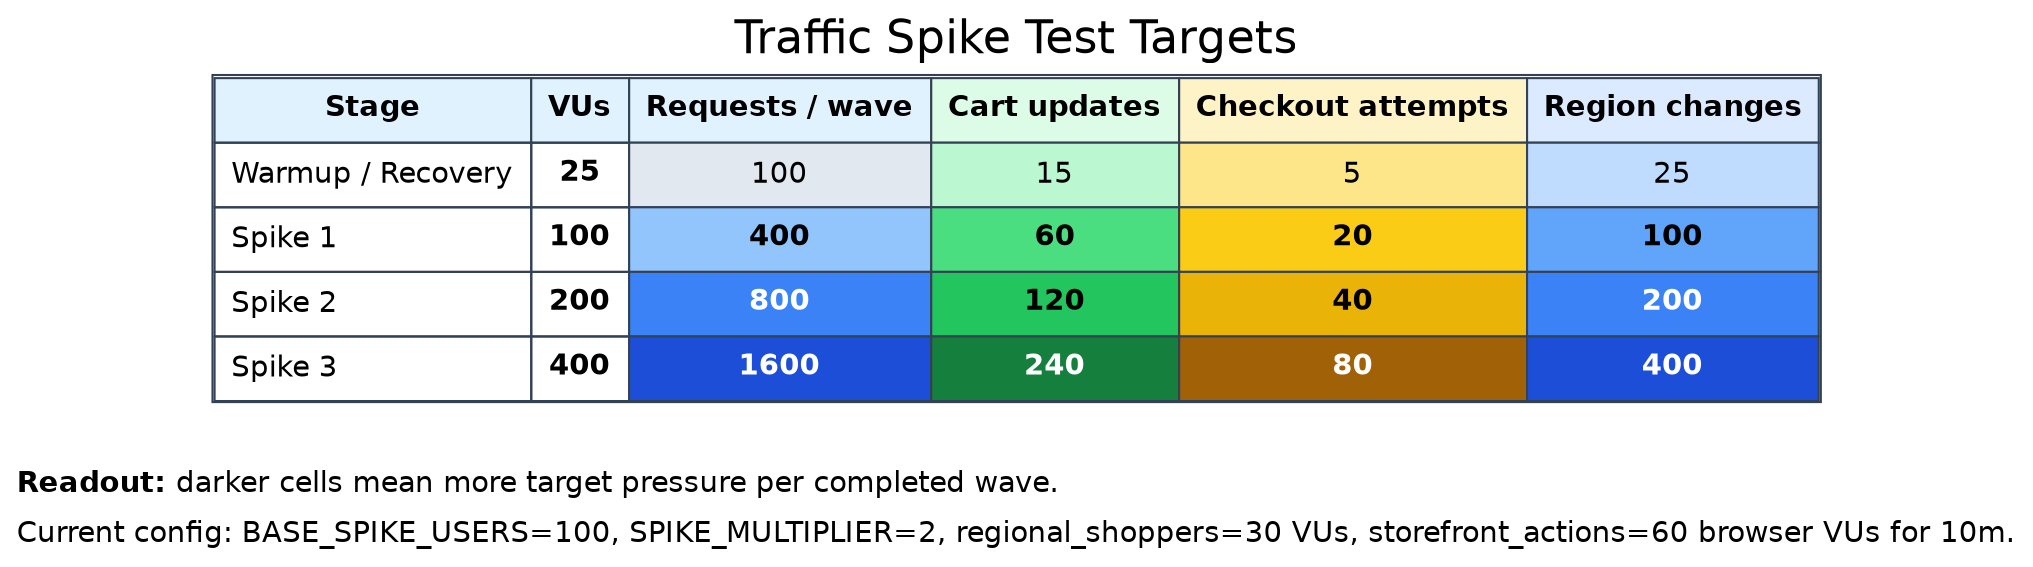
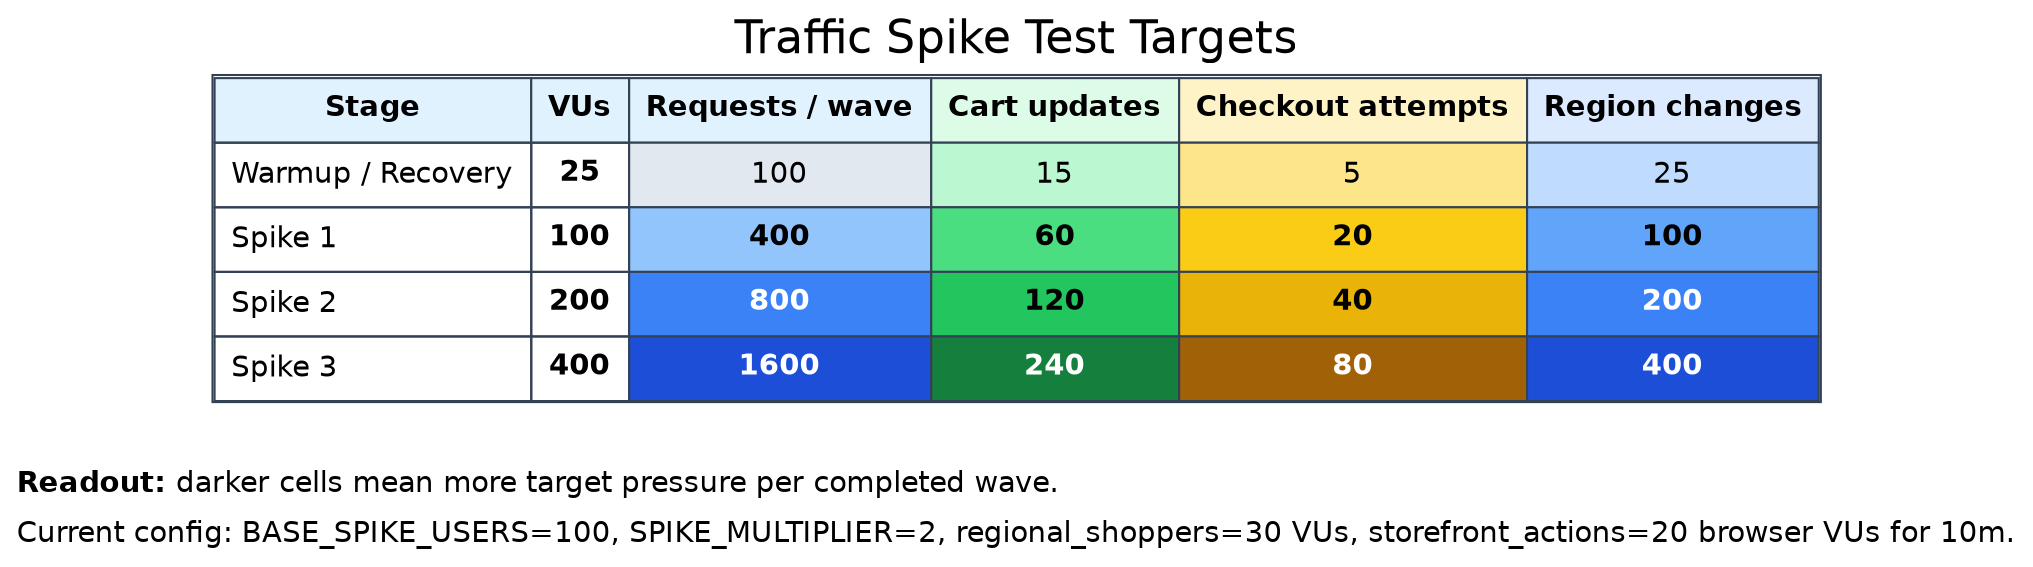
digraph traffic_spike_target_heatmap {
  graph [rankdir=TB, labelloc=t, label="Traffic Spike Test Targets", fontsize=22, fontname="Helvetica", nodesep=0.35, ranksep=0.4];
  node [shape=plain, fontname="Helvetica"];
  edge [style=invis];

  target_heatmap [label=<
    <TABLE BORDER="1" CELLBORDER="1" CELLSPACING="0" CELLPADDING="7" COLOR="#334155">
      <TR><TD BGCOLOR="#e0f2fe"><B>Stage</B></TD><TD BGCOLOR="#e0f2fe"><B>VUs</B></TD><TD BGCOLOR="#e0f2fe"><B>Requests / wave</B></TD><TD BGCOLOR="#dcfce7"><B>Cart updates</B></TD><TD BGCOLOR="#fef3c7"><B>Checkout attempts</B></TD><TD BGCOLOR="#dbeafe"><B>Region changes</B></TD></TR>
      <TR><TD ALIGN="LEFT">Warmup / Recovery</TD><TD><B>25</B></TD><TD BGCOLOR="#e2e8f0">100</TD><TD BGCOLOR="#bbf7d0">15</TD><TD BGCOLOR="#fde68a">5</TD><TD BGCOLOR="#bfdbfe">25</TD></TR>
      <TR><TD ALIGN="LEFT">Spike 1</TD><TD><B>100</B></TD><TD BGCOLOR="#93c5fd"><B>400</B></TD><TD BGCOLOR="#4ade80"><B>60</B></TD><TD BGCOLOR="#facc15"><B>20</B></TD><TD BGCOLOR="#60a5fa"><B>100</B></TD></TR>
      <TR><TD ALIGN="LEFT">Spike 2</TD><TD><B>200</B></TD><TD BGCOLOR="#3b82f6"><FONT COLOR="white"><B>800</B></FONT></TD><TD BGCOLOR="#22c55e"><B>120</B></TD><TD BGCOLOR="#eab308"><B>40</B></TD><TD BGCOLOR="#3b82f6"><FONT COLOR="white"><B>200</B></FONT></TD></TR>
      <TR><TD ALIGN="LEFT">Spike 3</TD><TD><B>400</B></TD><TD BGCOLOR="#1d4ed8"><FONT COLOR="white"><B>1600</B></FONT></TD><TD BGCOLOR="#15803d"><FONT COLOR="white"><B>240</B></FONT></TD><TD BGCOLOR="#a16207"><FONT COLOR="white"><B>80</B></FONT></TD><TD BGCOLOR="#1d4ed8"><FONT COLOR="white"><B>400</B></FONT></TD></TR>
    </TABLE>
  >];

  target_note [label=<
    <TABLE BORDER="0" CELLBORDER="0" CELLSPACING="0" CELLPADDING="4">
      <TR><TD ALIGN="LEFT"><B>Readout:</B> darker cells mean more target pressure per completed wave.</TD></TR>
-       <TR><TD ALIGN="LEFT">Current config: BASE_SPIKE_USERS=100, SPIKE_MULTIPLIER=2, regional_shoppers=30 VUs, storefront_actions=60 browser VUs for 10m.</TD></TR>
+       <TR><TD ALIGN="LEFT">Current config: BASE_SPIKE_USERS=100, SPIKE_MULTIPLIER=2, regional_shoppers=30 VUs, storefront_actions=20 browser VUs for 10m.</TD></TR>
    </TABLE>
  >];

  target_heatmap -> target_note;
}

